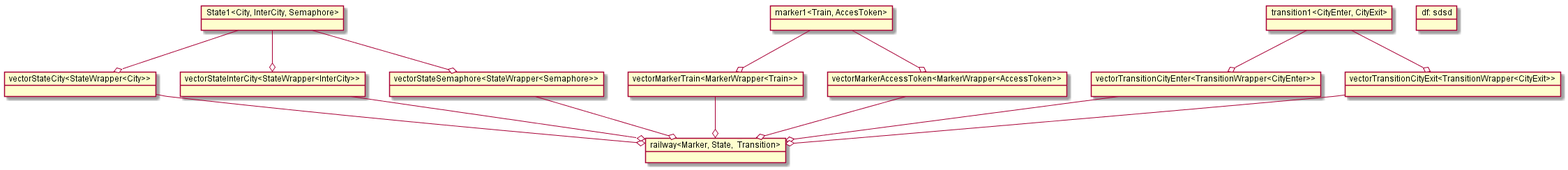
Above: documentation/uml diagrams/ObjectDiagramm.png in Alnen/Scorp (PlantUML), before the change.
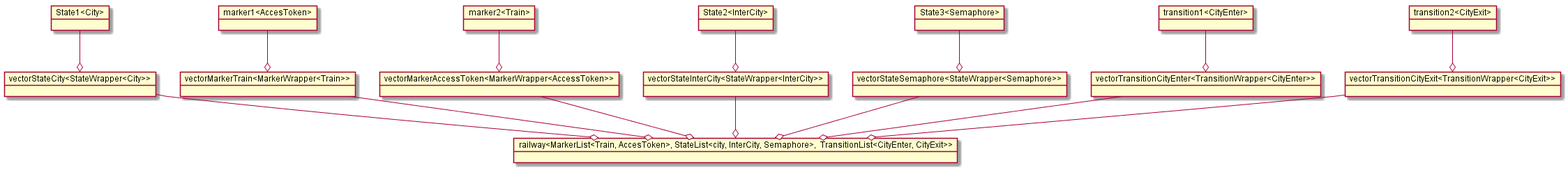
The same diagram one commit later.

Commit message:
fix Object Diagramm

Diff of the diagram source:
```diff
@@ -2,11 +2,17 @@
 
 
 
-object "State1<City, InterCity, Semaphore>" as State1
+object "State1<City>" as State1
+object "State2<InterCity>" as State2
+object "State3<Semaphore>" as State3
 
-object "marker1<Train, AccesToken>" as marker1
+object "marker1<AccesToken>" as marker1
+object "marker2<Train>" as marker2
 
-object "transition1<CityEnter, CityExit>" as transition1
+
+object "transition1<CityEnter>" as transition1
+object "transition2<CityExit>" as transition2
+
 
 object "vectorMarkerTrain<MarkerWrapper<Train>>" as vectorMarkerTrain
 object "vectorMarkerAccessToken<MarkerWrapper<AccessToken>>" as vectorMarkerAccessToken
@@ -15,17 +21,17 @@
 object "vectorStateSemaphore<StateWrapper<Semaphore>>" as vectorStateSemaphore
 object "vectorTransitionCityEnter<TransitionWrapper<CityEnter>>" as vectorTransitionCityEnter
 object "vectorTransitionCityExit<TransitionWrapper<CityExit>>" as vectorTransitionCityExit
-object "railway<Marker, State,  Transition>" as railway
+object "railway<MarkerList<Train, AccesToken>, StateList<city, InterCity, Semaphore>,  TransitionList<CityEnter, CityExit>>" as railway
 
 State1--o vectorStateCity
-State1--o vectorStateInterCity
-State1--o vectorStateSemaphore
+State2--o vectorStateInterCity
+State3--o vectorStateSemaphore
 
 marker1--o vectorMarkerTrain
-marker1--o vectorMarkerAccessToken
+marker2--o vectorMarkerAccessToken
 
 transition1--o vectorTransitionCityEnter
-transition1--o vectorTransitionCityExit
+transition2--o vectorTransitionCityExit
 
 
 vectorMarkerTrain --o railway
@@ -36,7 +42,7 @@
 vectorTransitionCityEnter --o railway
 vectorTransitionCityExit --o railway
 
-object "df: sdsd" as df
+
 
 
 @enduml
```
